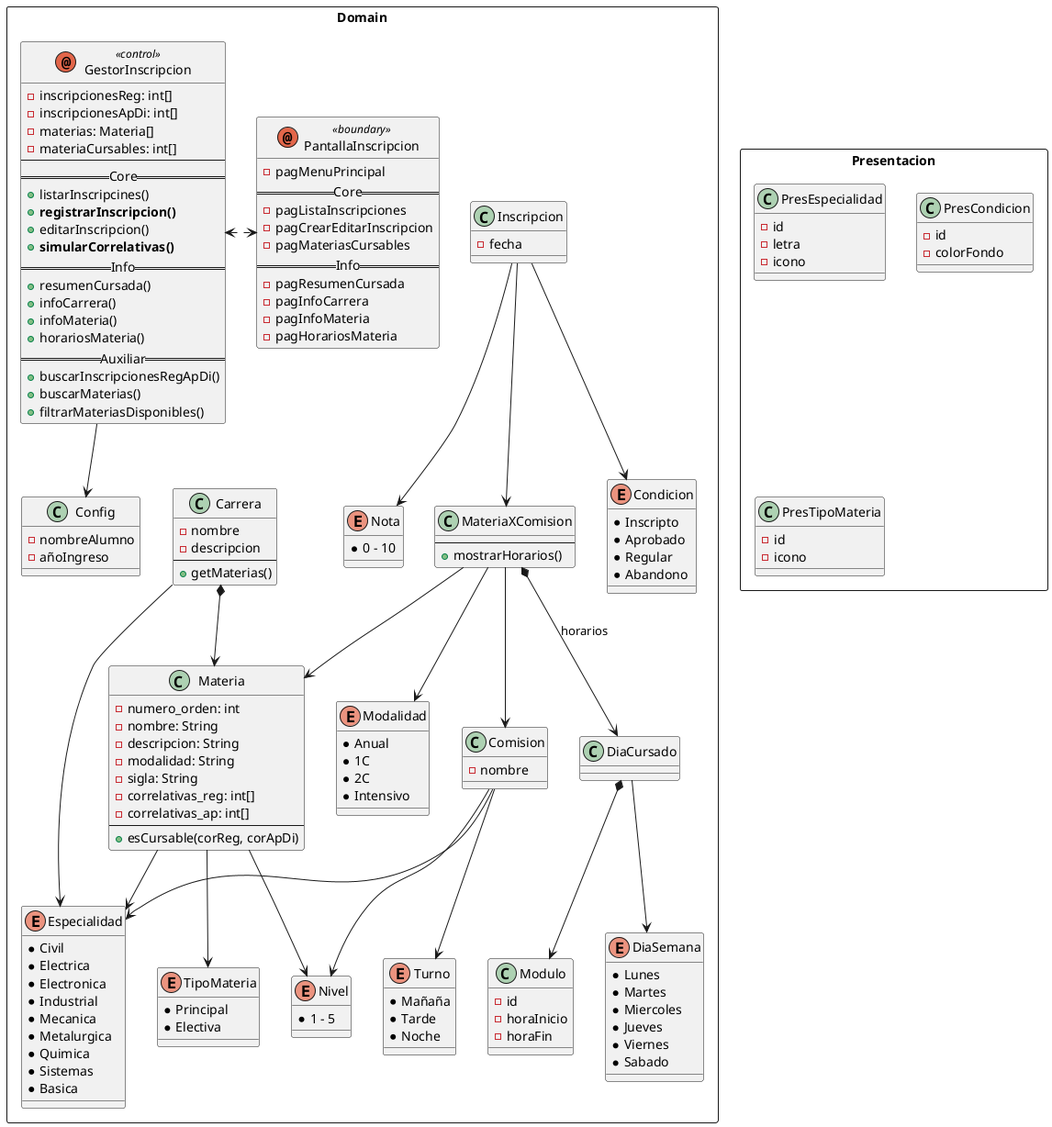
Above: Documentation/UTNEZ_Class.png in EmilianoM7/UTN_EZ (PlantUML), before the change. Source of this version:
```plantuml
@startuml

rectangle Domain{
    annotation GestorInscripcion <<control>>{
        - inscripcionesReg: int[]
        - inscripcionesApDi: int[]
        - materias: Materia[]
        - materiaCursables: int[]
        --
        ==Core==
        + listarInscripcines()
        + <b>registrarInscripcion()
        + editarInscripcion()
        + <b>simularCorrelativas()
        ==Info==
        + resumenCursada()
        + infoCarrera()
        + infoMateria()
        + horariosMateria()
        ==Auxiliar==
        + buscarInscripcionesRegApDi()
        + buscarMaterias()
        + filtrarMateriasDisponibles()
    }

    annotation PantallaInscripcion <<boundary>>{
        - pagMenuPrincipal
        ==Core==
        - pagListaInscripciones
        - pagCrearEditarInscripcion
        - pagMateriasCursables
        ==Info==
        - pagResumenCursada
        - pagInfoCarrera
        - pagInfoMateria
        - pagHorariosMateria
    }

    class Config {
        - nombreAlumno
        - añoIngreso
    }

    class Carrera {
        - nombre
        - descripcion
        --
        + getMaterias()
    }

    class Inscripcion{
        - fecha
    }

    class Materia {
        - numero_orden: int
        - nombre: String
        - descripcion: String
        - modalidad: String
        - sigla: String
        - correlativas_reg: int[]
        - correlativas_ap: int[]
        --
        + esCursable(corReg, corApDi)
    }

    class MateriaXComision{
        --
        + mostrarHorarios()
    }

    class Comision{
        - nombre
    }

    class DiaCursado{}

    enum TipoMateria{
        * Principal
        * Electiva
    }

    enum DiaSemana{
        * Lunes
        * Martes
        * Miercoles
        * Jueves
        * Viernes
        * Sabado
    }

    class Modulo{
        - id
        - horaInicio
        - horaFin
    }

    enum Condicion{
        * Inscripto
        * Aprobado
        * Regular
        * Abandono
    }

    enum Nota{
        * 0 - 10
    }

    enum Especialidad{
        * Civil
        * Electrica
        * Electronica
        * Industrial
        * Mecanica
        * Metalurgica
        * Quimica
        * Sistemas
        * Basica
    }

    enum Turno {
        * Mañaña
        * Tarde
        * Noche
    }

    enum Modalidad {
        * Anual
        * 1C
        * 2C
        * Intensivo
    }

    enum Nivel{
        * 1 - 5
    }

    GestorInscripcion --> Config

    GestorInscripcion <.> PantallaInscripcion



    Carrera *--> Materia
    Carrera --> Especialidad

    Materia --> Especialidad
    Materia --> Nivel
    Materia --> TipoMateria

    Inscripcion --> MateriaXComision
    Inscripcion --> Condicion
    Inscripcion --> Nota

    MateriaXComision --> Materia
    MateriaXComision --> Comision
    MateriaXComision *--> DiaCursado : horarios
    MateriaXComision --> Modalidad

    DiaCursado --> DiaSemana
    DiaCursado *--> Modulo

    Comision --> Turno
    Comision --> Especialidad
    Comision --> Nivel
}

rectangle Presentacion{
    class PresEspecialidad{
        - id
        - letra
        - icono
    }

    class PresCondicion{
        - id
        - colorFondo
    }

    class PresTipoMateria{
        - id
        - icono
    }
}

@enduml
```
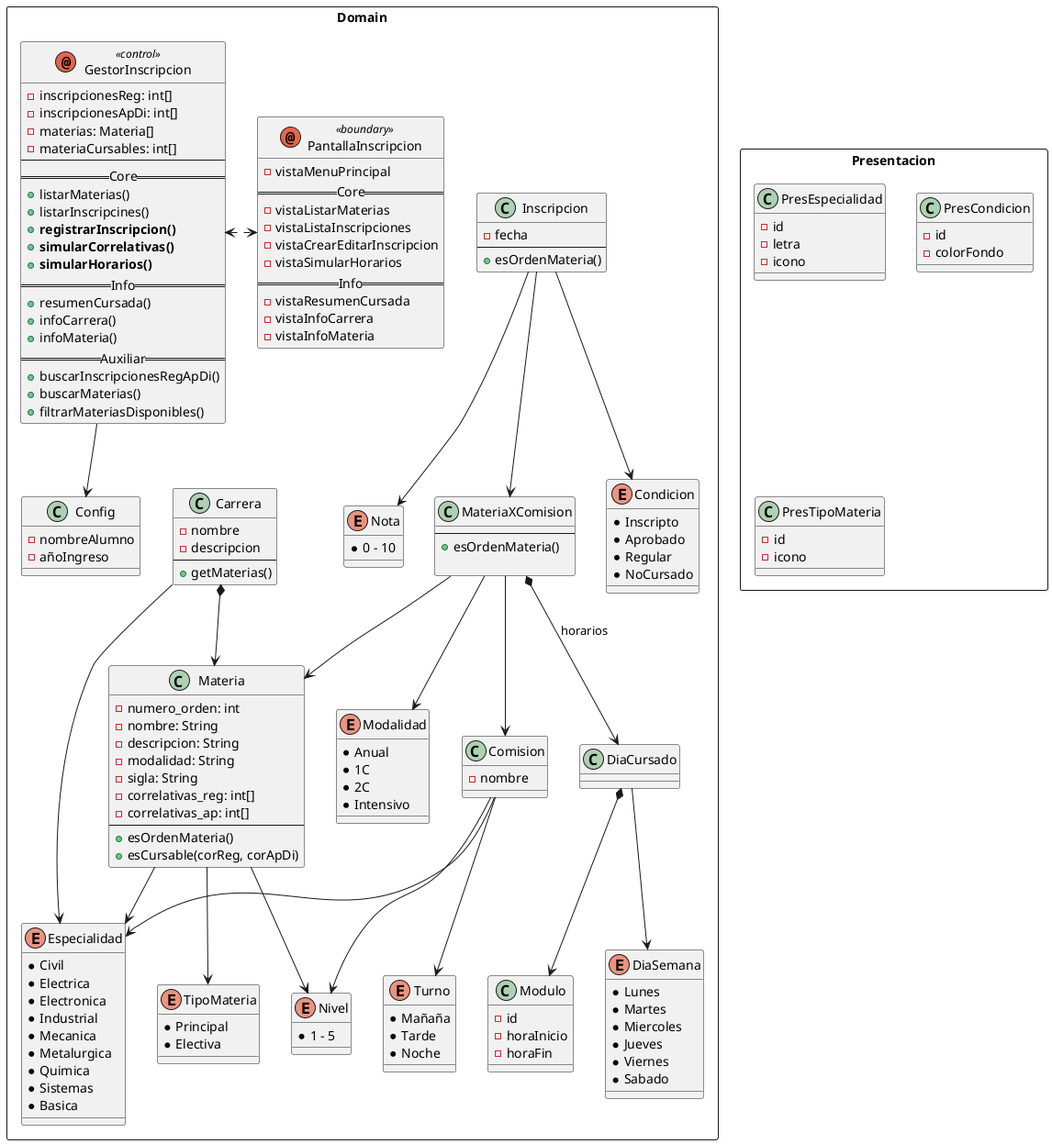
After the change.

The edit, as a diff of the source:
```diff
@@ -8,15 +8,15 @@
         - materiaCursables: int[]
         --
         ==Core==
+        + listarMaterias()
         + listarInscripcines()
         + <b>registrarInscripcion()
-        + editarInscripcion()
         + <b>simularCorrelativas()
+        + <b>simularHorarios()
         ==Info==
         + resumenCursada()
         + infoCarrera()
         + infoMateria()
-        + horariosMateria()
         ==Auxiliar==
         + buscarInscripcionesRegApDi()
         + buscarMaterias()
@@ -24,16 +24,16 @@
     }
 
     annotation PantallaInscripcion <<boundary>>{
-        - pagMenuPrincipal
+        - vistaMenuPrincipal
         ==Core==
-        - pagListaInscripciones
-        - pagCrearEditarInscripcion
-        - pagMateriasCursables
+        - vistaListarMaterias
+        - vistaListaInscripciones
+        - vistaCrearEditarInscripcion
+        - vistaSimularHorarios
         ==Info==
-        - pagResumenCursada
-        - pagInfoCarrera
-        - pagInfoMateria
-        - pagHorariosMateria
+        - vistaResumenCursada
+        - vistaInfoCarrera
+        - vistaInfoMateria
     }
 
     class Config {
@@ -50,6 +50,8 @@
 
     class Inscripcion{
         - fecha
+        --
+        + esOrdenMateria()
     }
 
     class Materia {
@@ -61,12 +63,14 @@
         - correlativas_reg: int[]
         - correlativas_ap: int[]
         --
+        + esOrdenMateria()
         + esCursable(corReg, corApDi)
     }
 
     class MateriaXComision{
         --
-        + mostrarHorarios()
+        + esOrdenMateria()
+
     }
 
     class Comision{
@@ -99,7 +103,7 @@
         * Inscripto
         * Aprobado
         * Regular
-        * Abandono
+        * NoCursado
     }
 
     enum Nota{
```
